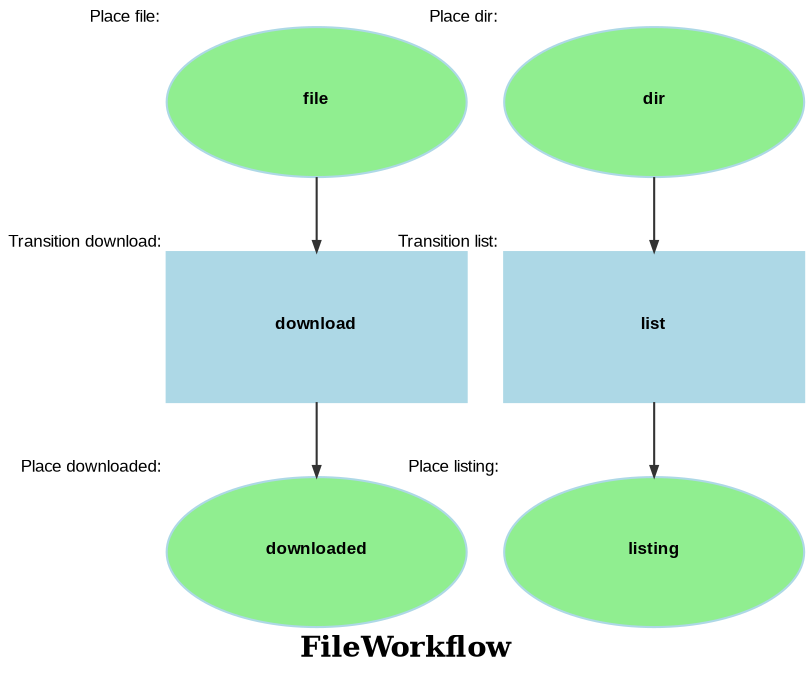
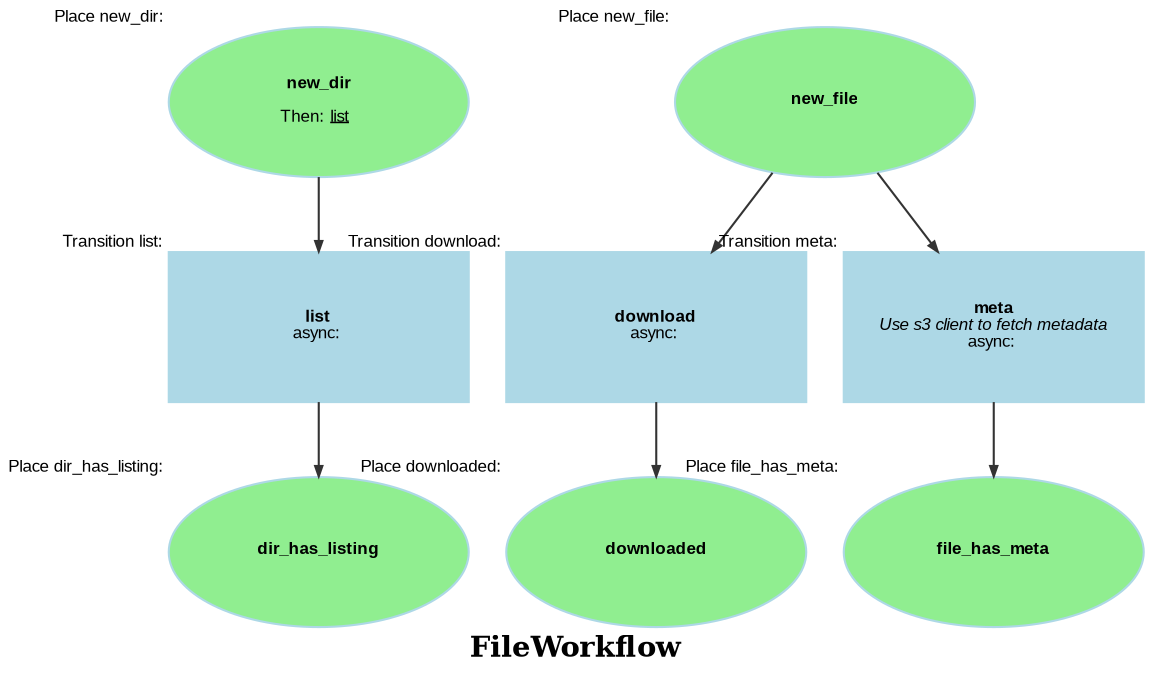
digraph workflow {
  ratio="compress" rankdir="TB" label=<<B>FileWorkflow</B>>
  node [fontsize="8" fontname="Arial" color="lightBlue" style="filled" fixedsize="false" width="2" height="1"];
  edge [fontsize="7" fontname="Arial" color="#333333" arrowhead="normal" arrowsize="0.5"];

-   place_file [label=<<B>file</B>>, shape=oval fillcolor="lightgreen" style="filled" xlabel="Place file: "];
-   place_listing [label=<<B>listing</B>>, shape=oval fillcolor="lightgreen" style="filled" xlabel="Place listing: "];
+   place_new_dir [label=<<B>new_dir</B><BR/><BR/>Then: <U>list</U> >, shape=oval fillcolor="lightgreen" style="filled" xlabel="Place new_dir: "];
+   place_new_file [label=<<B>new_file</B>>, shape=oval fillcolor="lightgreen" style="filled" xlabel="Place new_file: "];
+   place_dir_has_listing [label=<<B>dir_has_listing</B>>, shape=oval fillcolor="lightgreen" style="filled" xlabel="Place dir_has_listing: "];
  place_downloaded [label=<<B>downloaded</B>>, shape=oval fillcolor="lightgreen" style="filled" xlabel="Place downloaded: "];
-   place_dir [label=<<B>dir</B>>, shape=oval fillcolor="lightgreen" style="filled" xlabel="Place dir: "];
-   transition_list [label=<<B>list</B>>, shape="box" regular="" xlabel="Transition list: "];
-   transition_download [label=<<B>download</B>>, shape="box" regular="" xlabel="Transition download: "];
-   place_dir -> transition_list [style="solid", comment="dir"];
-   transition_list -> place_listing [style="solid"];
-   place_file -> transition_download [style="solid", comment="file"];
+   place_file_has_meta [label=<<B>file_has_meta</B>>, shape=oval fillcolor="lightgreen" style="filled" xlabel="Place file_has_meta: "];
+   transition_list [label=<<B>list</B><BR/>async: >, shape="box" regular="" xlabel="Transition list: "];
+   transition_download [label=<<B>download</B><BR/>async: >, shape="box" regular="" xlabel="Transition download: "];
+   transition_meta [label=<<B>meta</B><BR/><I>Use s3 client to fetch metadata</I><BR/>async: >, shape="box" regular="" xlabel="Transition meta: "];
+   place_new_dir -> transition_list [style="solid", comment="new_dir"];
+   transition_list -> place_dir_has_listing [style="solid"];
+   place_new_file -> transition_download [style="solid", comment="new_file"];
  transition_download -> place_downloaded [style="solid"];
+   place_new_file -> transition_meta [style="solid", comment="new_file"];
+   transition_meta -> place_file_has_meta [style="solid"];
}
